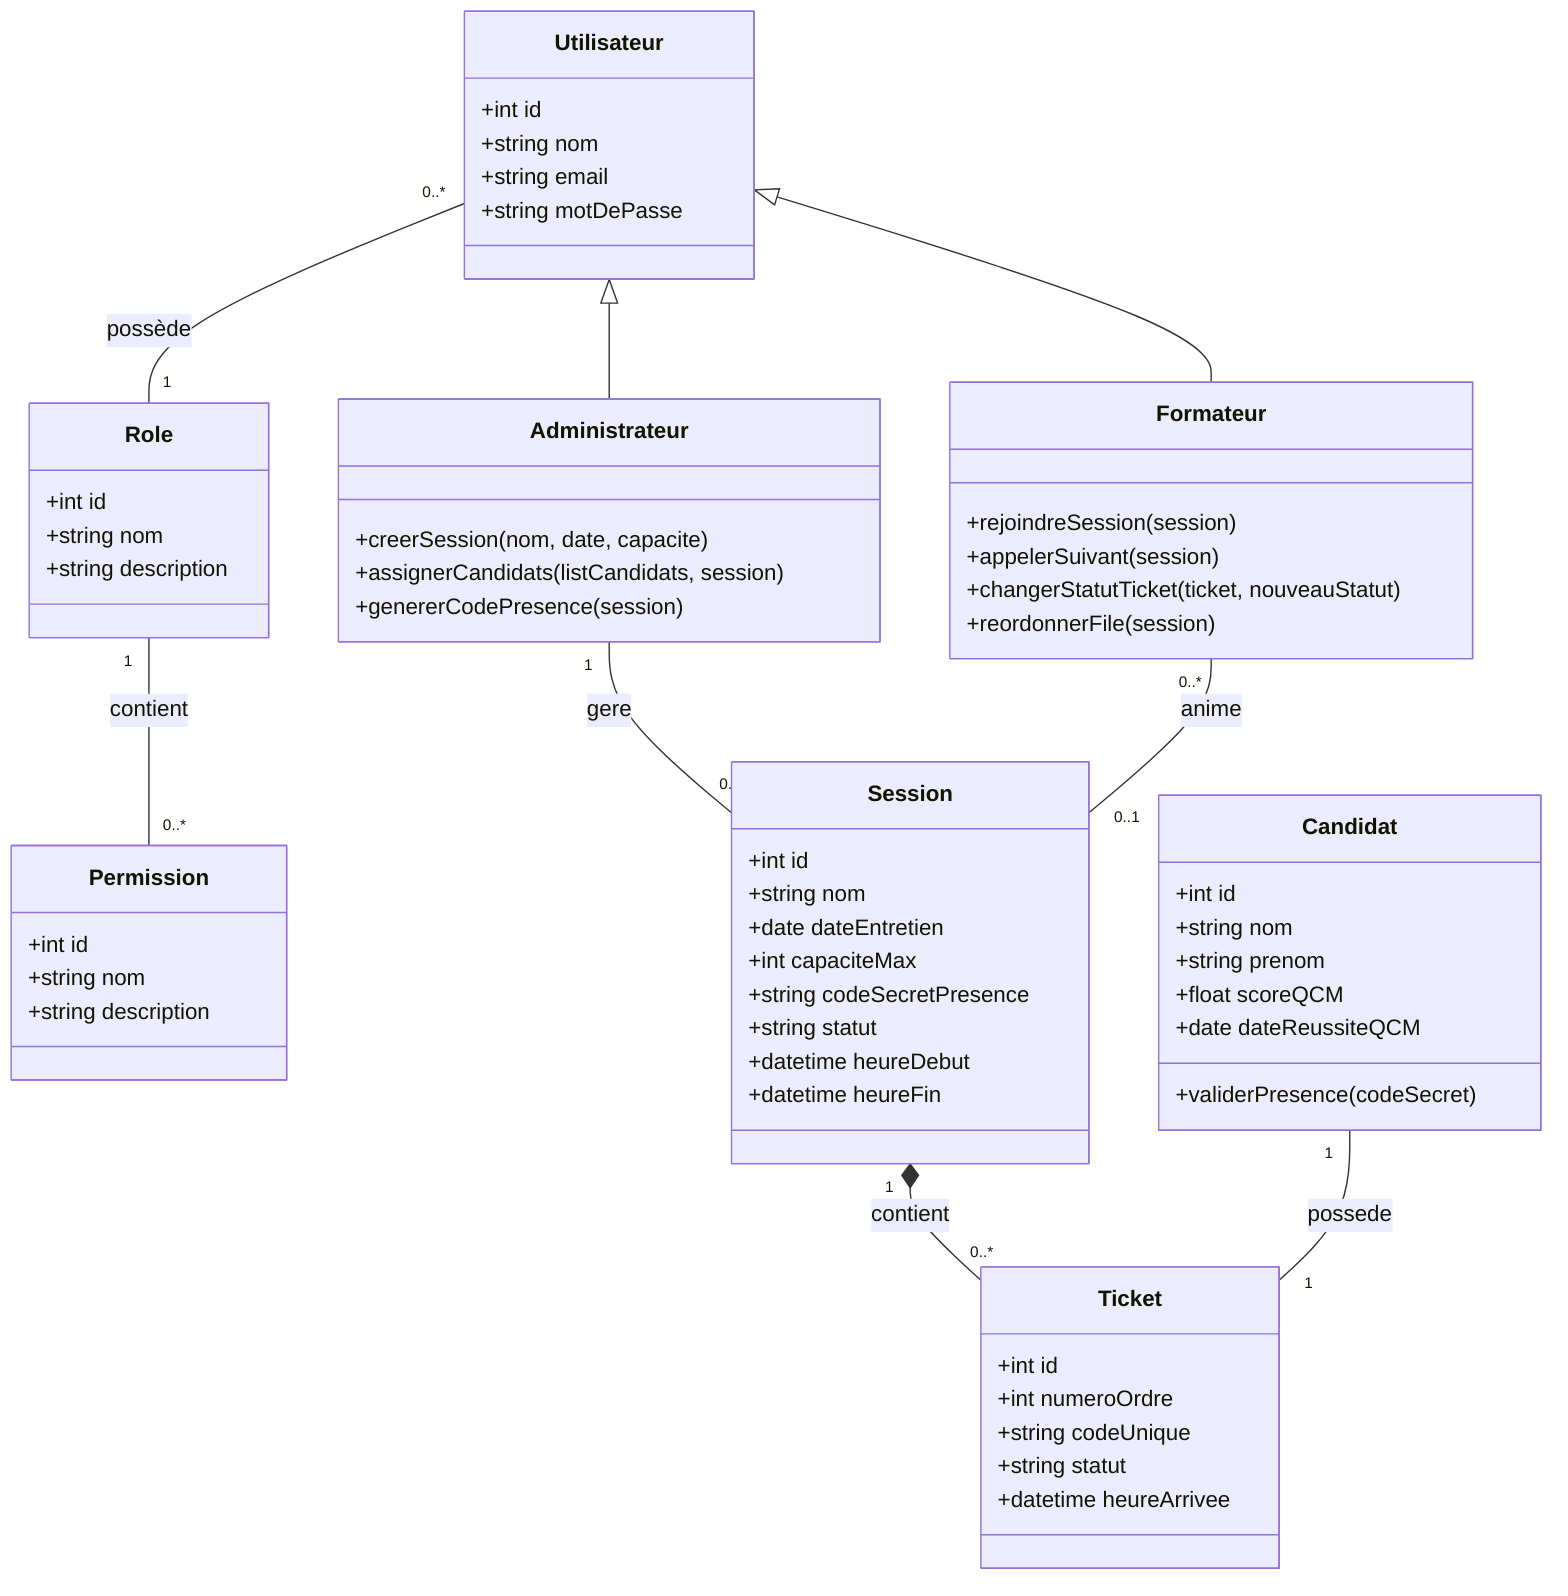
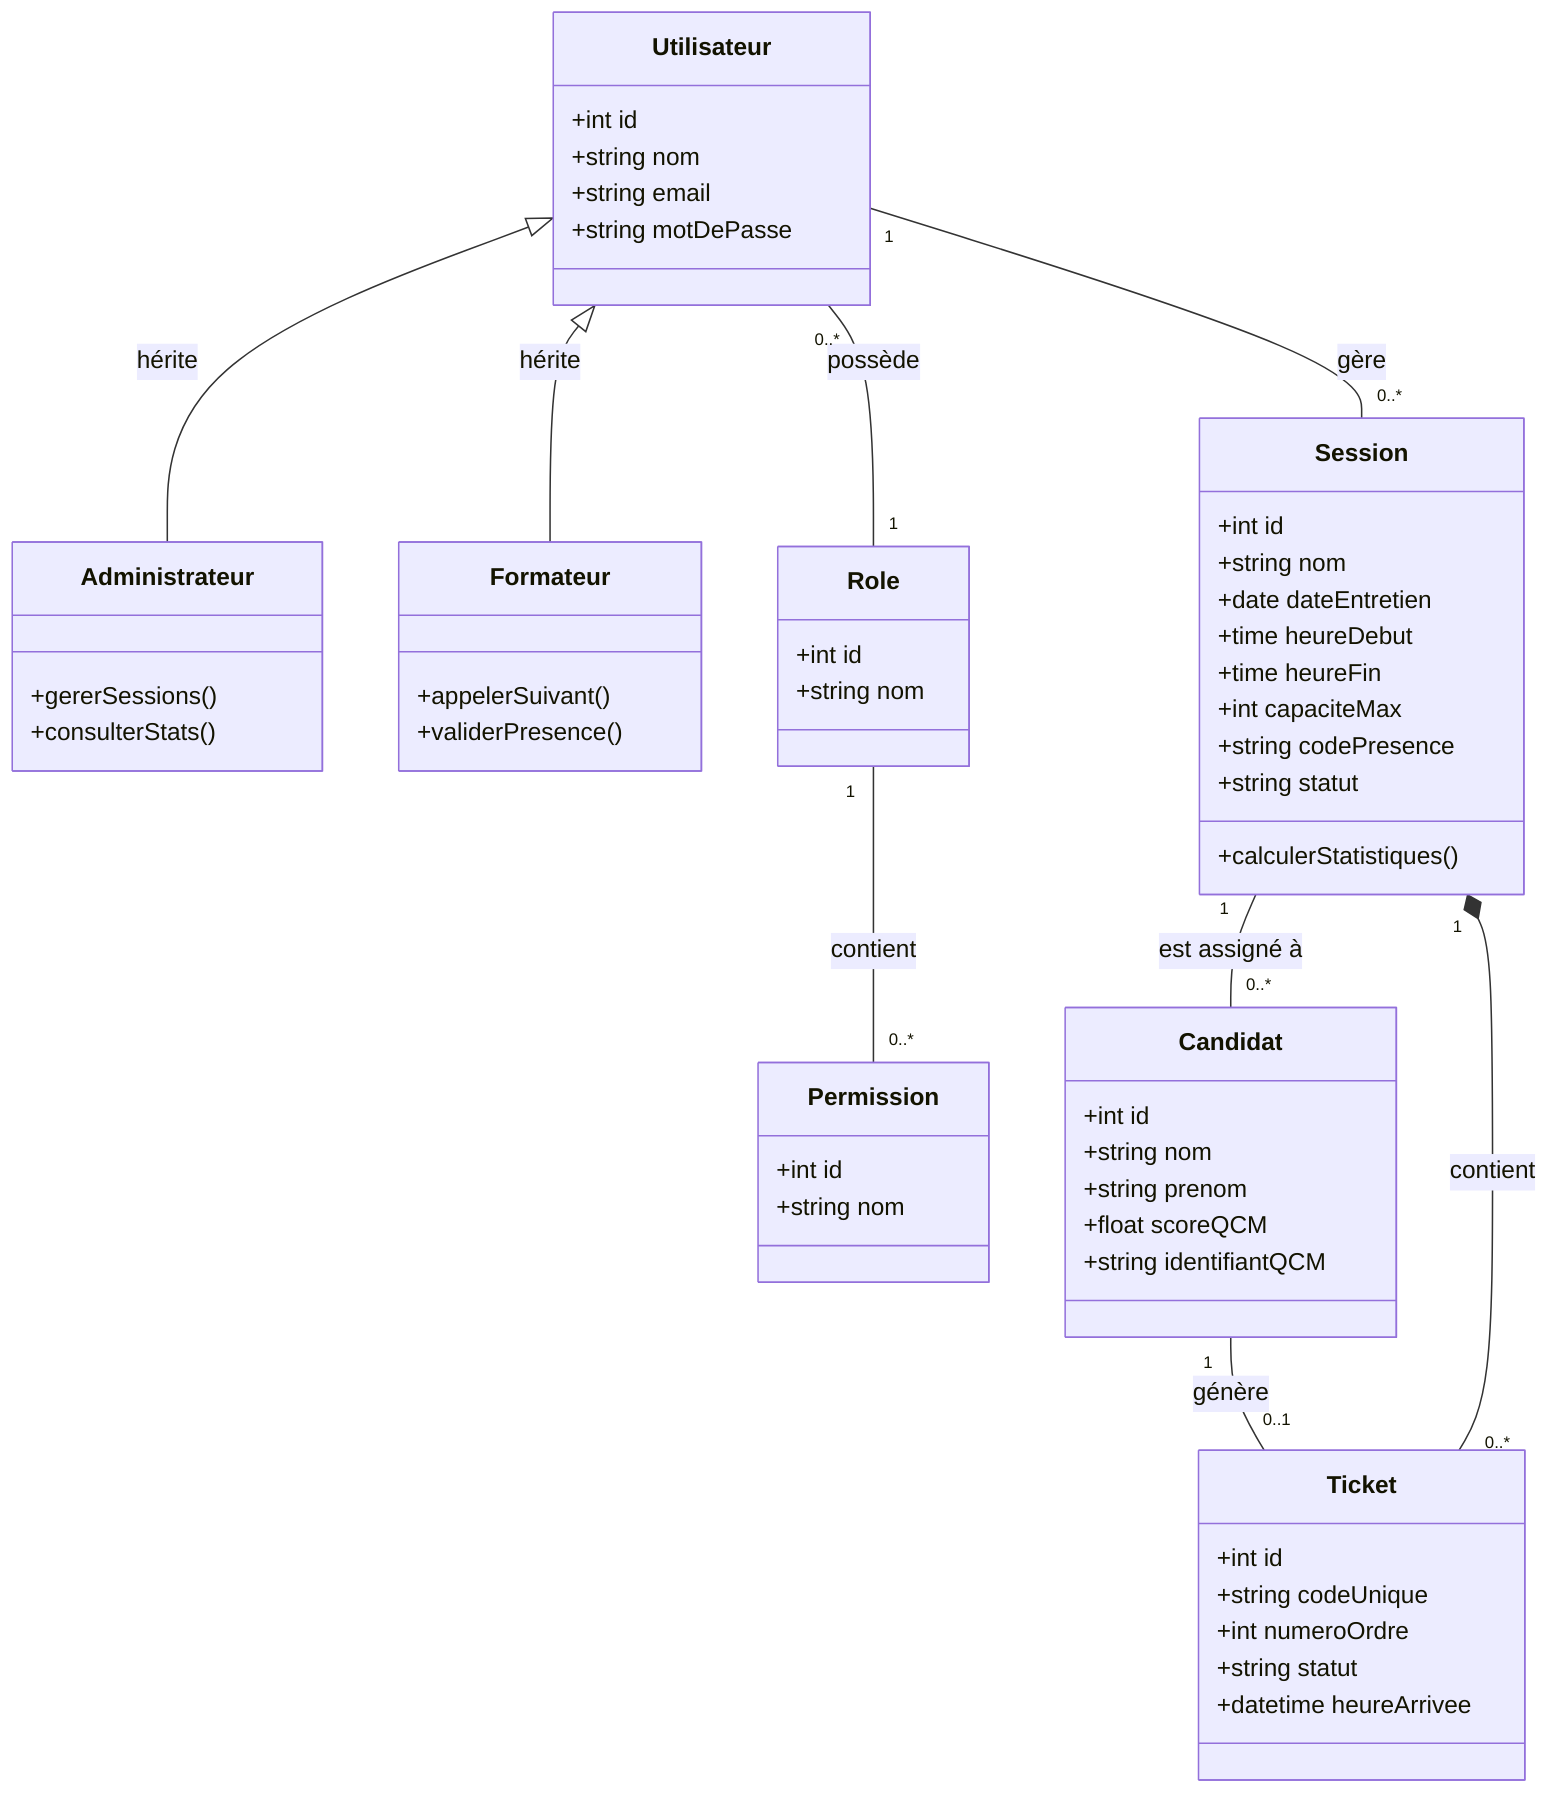
classDiagram
+     %% Classe Parent
    class Utilisateur {
        +int id
        +string nom
        +string email
        +string motDePasse
    }

+     %% Héritage pour les rôles administratifs
+     class Administrateur {
+         +gererSessions()
+         +consulterStats()
+     }
+ 
+     class Formateur {
+         +appelerSuivant()
+         +validerPresence()
+     }
+ 
+     Utilisateur <|-- Administrateur : hérite
+     Utilisateur <|-- Formateur : hérite
+ 
    class Role {
        +int id
        +string nom
-         +string description
    }

    class Permission {
        +int id
        +string nom
-         +string description
    }

-     class Administrateur {
-         +creerSession(nom, date, capacite)
-         +assignerCandidats(listCandidats, session)
-         +genererCodePresence(session)
-     }
- 
-     class Formateur {
-         +rejoindreSession(session)
-         +appelerSuivant(session)
-         +changerStatutTicket(ticket, nouveauStatut)
-         +reordonnerFile(session)
+     class Session {
+         +int id
+         +string nom
+         +date dateEntretien
+         +time heureDebut
+         +time heureFin
+         +int capaciteMax
+         +string codePresence
+         +string statut
+         +calculerStatistiques()
    }

    class Candidat {
        +int id
        +string nom
        +string prenom
        +float scoreQCM
-         +date dateReussiteQCM
-         +validerPresence(codeSecret)
-     }
- 
-     class Session {
-         +int id
-         +string nom
-         +date dateEntretien
-         +int capaciteMax
-         +string codeSecretPresence
-         +string statut
-         +datetime heureDebut
-         +datetime heureFin
+         +string identifiantQCM
    }

    class Ticket {
        +int id
+         +string codeUnique
        +int numeroOrdre
-         +string codeUnique
        +string statut
        +datetime heureArrivee
    }

-     %% Relations d'Access Control
+     %% Relations
    Utilisateur "0..*" -- "1" Role : possède
    Role "1" -- "0..*" Permission : contient

-     %% Relations d'Héritage et Métier
-     Utilisateur <|-- Administrateur
-     Utilisateur <|-- Formateur
-     Administrateur "1" -- "0..*" Session : gere
-     Formateur "0..*" -- "0..1" Session : anime
-     Session "1" *-- "0..*" Ticket : contient
-     Candidat "1" -- "1" Ticket : possede+     %% Un Admin ou Formateur peut gérer des sessions
+     Utilisateur "1" -- "0..*" Session : gère
+ 
+     %% Relations liées au processus de file d'attente
+     Session "1" -- "0..*" Candidat : est assigné à
+     Candidat "1" -- "0..1" Ticket : génère
+     Session "1" *-- "0..*" Ticket : contient